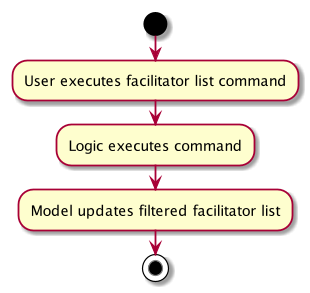
The PlantUML diagram docs/images/FacilitatorListActivityDiagram.png in zixinn/main, before a commit.
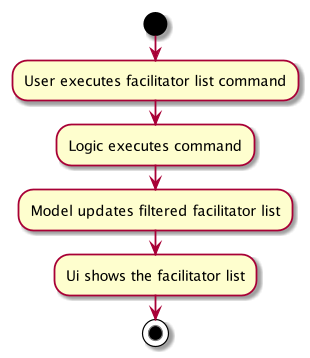
Later version of the same file.

Change to the diagram source:
```diff
@@ -3,5 +3,6 @@
 :User executes facilitator list command;
 :Logic executes command;
 :Model updates filtered facilitator list;
+:Ui shows the facilitator list;
 stop
 @enduml
```
